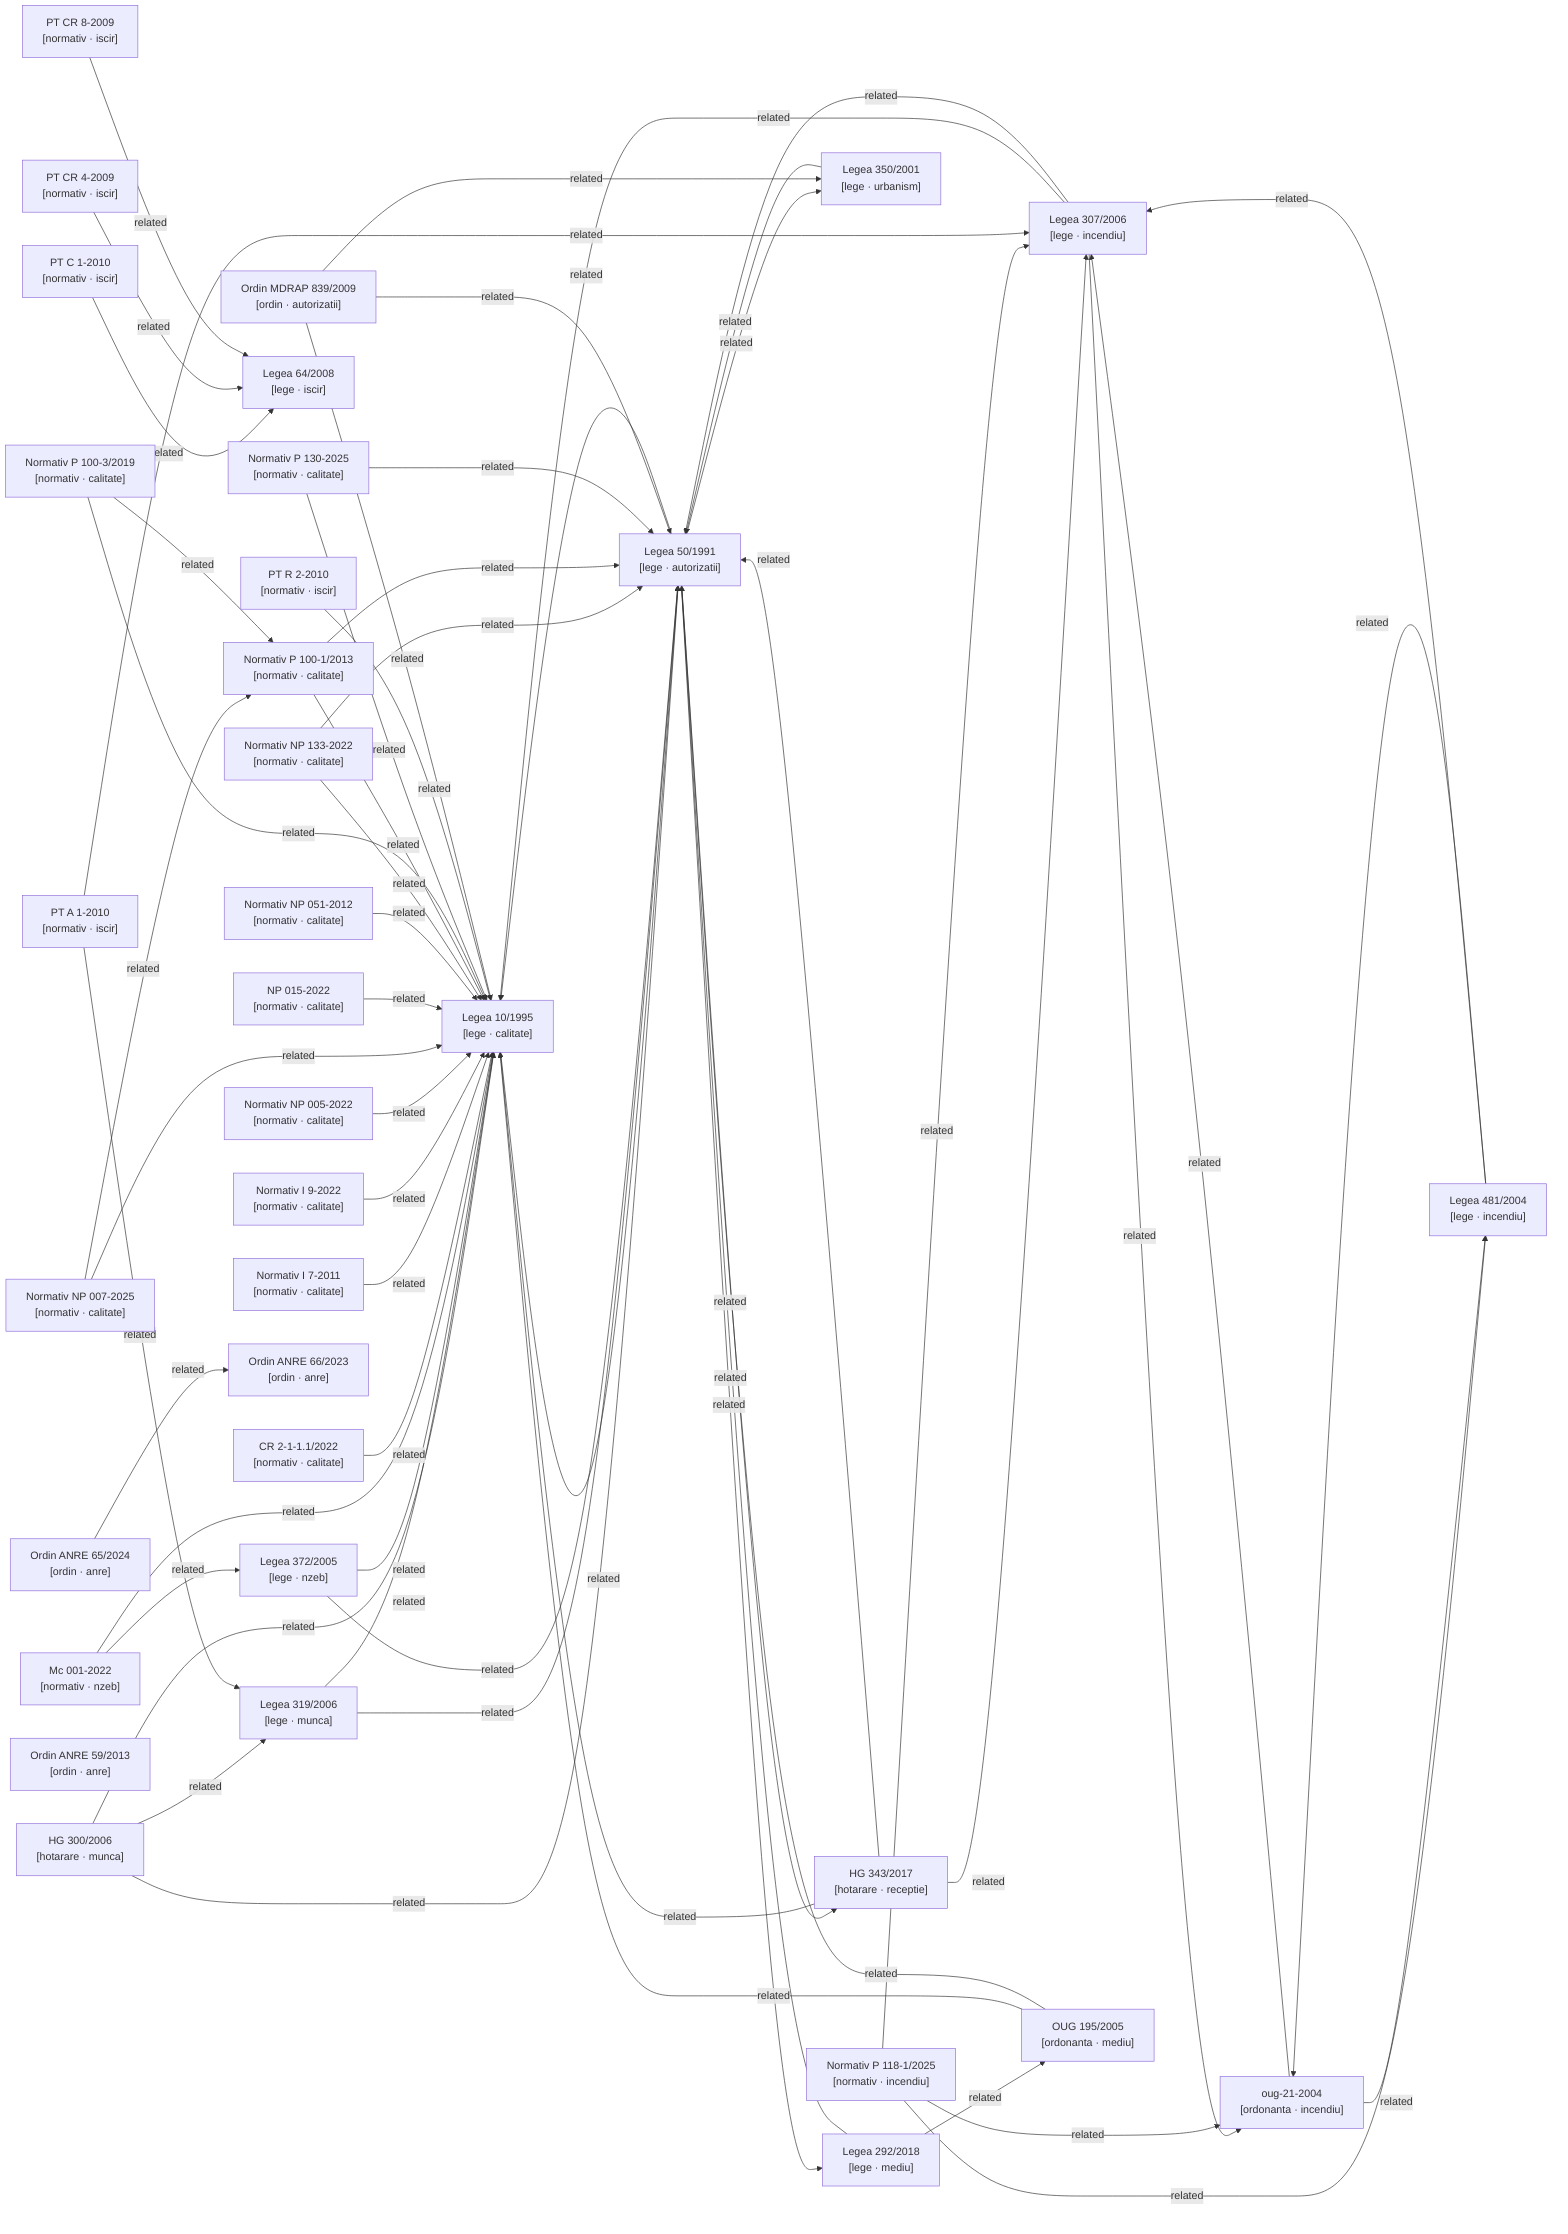
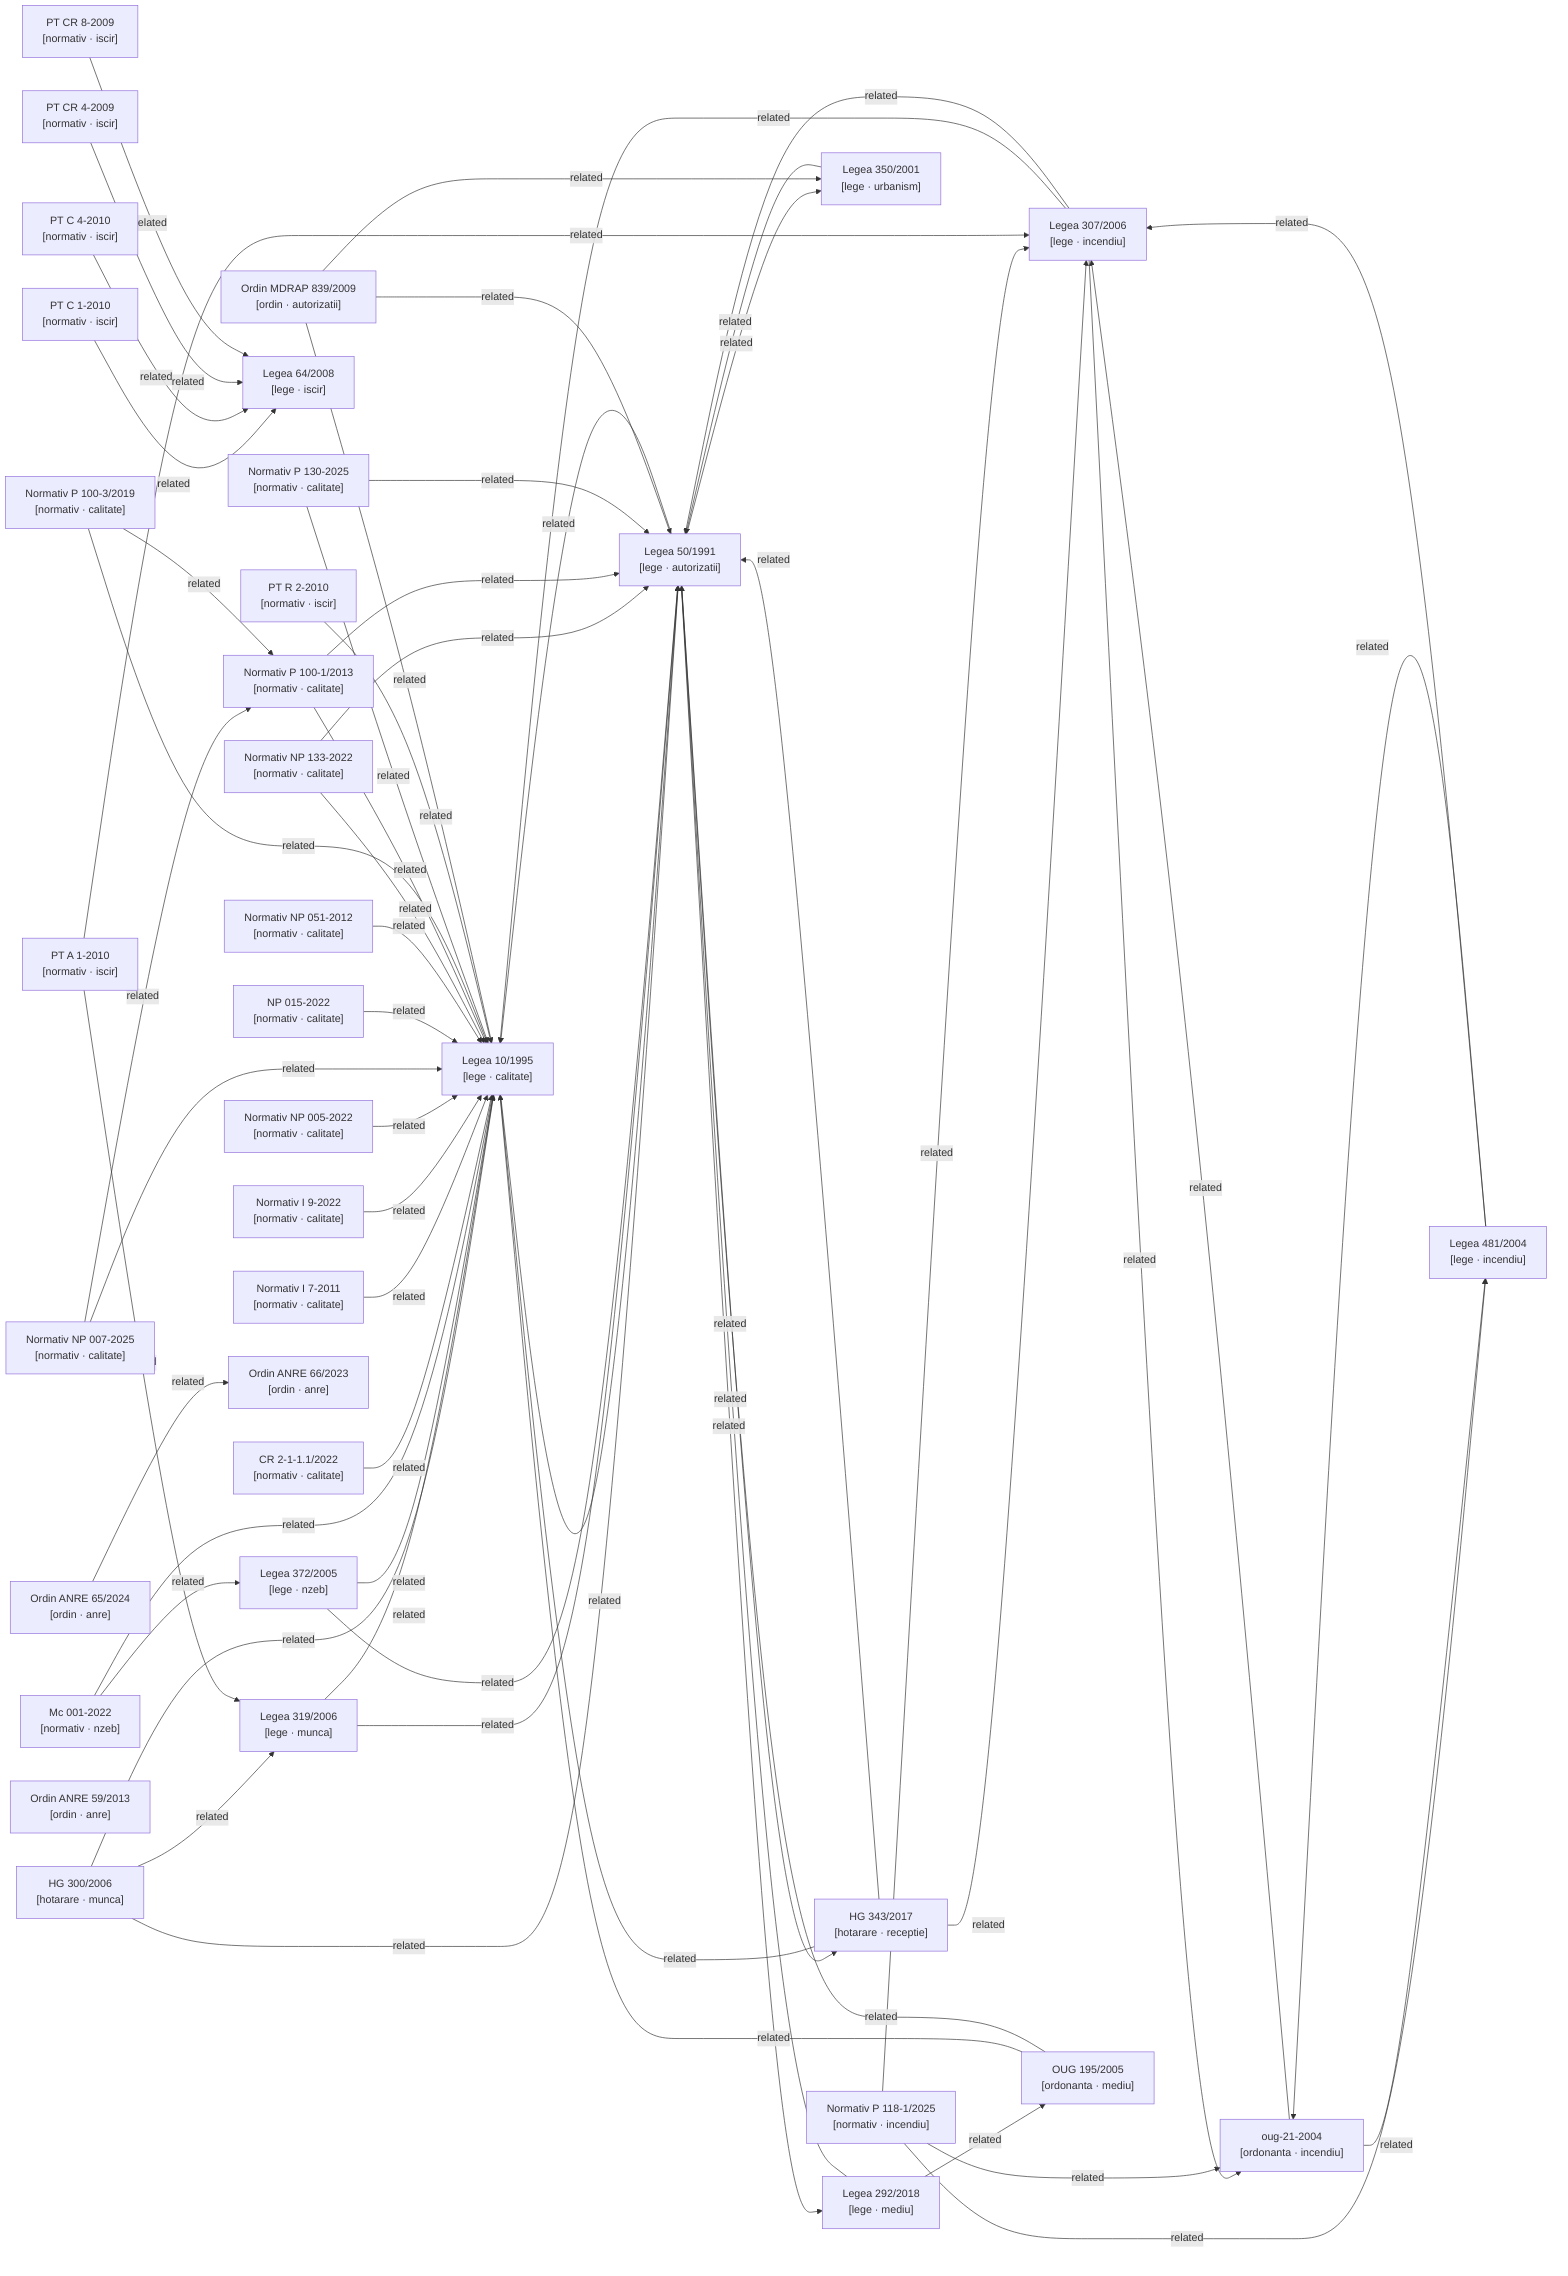
graph LR

  %% Nodes
  hg-300-2006["HG 300/2006\n[hotarare · munca]"]
  hg-343-2017["HG 343/2017\n[hotarare · receptie]"]
  lege-10-1995["Legea 10/1995\n[lege · calitate]"]
  lege-292-2018["Legea 292/2018\n[lege · mediu]"]
  lege-307-2006["Legea 307/2006\n[lege · incendiu]"]
  lege-319-2006["Legea 319/2006\n[lege · munca]"]
  lege-350-2001["Legea 350/2001\n[lege · urbanism]"]
  lege-372-2005["Legea 372/2005\n[lege · nzeb]"]
  lege-481-2004["Legea 481/2004\n[lege · incendiu]"]
  lege-50-1991["Legea 50/1991\n[lege · autorizatii]"]
  lege-64-2008["Legea 64/2008\n[lege · iscir]"]
  metodologie-mc001-2022["Mc 001-2022\n[normativ · nzeb]"]
  normativ-cr2-1-1-1-2022["CR 2-1-1.1/2022\n[normativ · calitate]"]
  normativ-i7-2011["Normativ I 7-2011\n[normativ · calitate]"]
  normativ-i9-2022["Normativ I 9-2022\n[normativ · calitate]"]
  normativ-np005-2022["Normativ NP 005-2022\n[normativ · calitate]"]
  normativ-np007-2025["Normativ NP 007-2025\n[normativ · calitate]"]
  normativ-np015-2022["NP 015-2022\n[normativ · calitate]"]
  normativ-np051-2012["Normativ NP 051-2012\n[normativ · calitate]"]
  normativ-np133-2022["Normativ NP 133-2022\n[normativ · calitate]"]
  normativ-p100-1-2013["Normativ P 100-1/2013\n[normativ · calitate]"]
  normativ-p100-3-2019["Normativ P 100-3/2019\n[normativ · calitate]"]
  normativ-p118-1-2025["Normativ P 118-1/2025\n[normativ · incendiu]"]
  normativ-p130-2025["Normativ P 130-2025\n[normativ · calitate]"]
  normativ-pt-a1-2010["PT A 1-2010\n[normativ · iscir]"]
  normativ-pt-c1-2010["PT C 1-2010\n[normativ · iscir]"]
+   normativ-pt-c4-2010["PT C 4-2010\n[normativ · iscir]"]
  normativ-pt-cr4-2009["PT CR 4-2009\n[normativ · iscir]"]
  normativ-pt-cr8-2009["PT CR 8-2009\n[normativ · iscir]"]
  normativ-pt-r2-2010["PT R 2-2010\n[normativ · iscir]"]
  ordin-839-2009["Ordin MDRAP 839/2009\n[ordin · autorizatii]"]
  ordin-anre-59-2013["Ordin ANRE 59/2013\n[ordin · anre]"]
  ordin-anre-65-2024["Ordin ANRE 65/2024\n[ordin · anre]"]
  ordin-anre-66-2023["Ordin ANRE 66/2023\n[ordin · anre]"]
  oug-195-2005["OUG 195/2005\n[ordonanta · mediu]"]
  oug-21-2004["oug-21-2004\n[ordonanta · incendiu]"]

  %% Confirmed relationships (from metadata related_acts)
  hg-300-2006 -->|related| lege-10-1995
  hg-300-2006 -->|related| lege-319-2006
  hg-300-2006 -->|related| lege-50-1991
  hg-343-2017 -->|related| lege-10-1995
  hg-343-2017 -->|related| lege-307-2006
  hg-343-2017 -->|related| lege-50-1991
  lege-10-1995 -->|related| lege-50-1991
  lege-292-2018 -->|related| lege-50-1991
  lege-292-2018 -->|related| oug-195-2005
  lege-307-2006 -->|related| lege-10-1995
  lege-307-2006 -->|related| lege-50-1991
  lege-307-2006 -->|related| oug-21-2004
  lege-319-2006 -->|related| lege-10-1995
  lege-319-2006 -->|related| lege-50-1991
  lege-350-2001 -->|related| lege-50-1991
  lege-372-2005 -->|related| lege-10-1995
  lege-372-2005 -->|related| lege-50-1991
  lege-481-2004 -->|related| lege-307-2006
  lege-481-2004 -->|related| oug-21-2004
  lege-50-1991 -->|related| hg-343-2017
  lege-50-1991 -->|related| lege-10-1995
  lege-50-1991 -->|related| lege-292-2018
  lege-50-1991 -->|related| lege-350-2001
  metodologie-mc001-2022 -->|related| lege-10-1995
  metodologie-mc001-2022 -->|related| lege-372-2005
  normativ-cr2-1-1-1-2022 -->|related| lege-10-1995
  normativ-i7-2011 -->|related| lege-10-1995
  normativ-i9-2022 -->|related| lege-10-1995
  normativ-np005-2022 -->|related| lege-10-1995
  normativ-np007-2025 -->|related| lege-10-1995
  normativ-np007-2025 -->|related| normativ-p100-1-2013
  normativ-np015-2022 -->|related| lege-10-1995
  normativ-np051-2012 -->|related| lege-10-1995
  normativ-np133-2022 -->|related| lege-10-1995
  normativ-np133-2022 -->|related| lege-50-1991
  normativ-p100-1-2013 -->|related| lege-10-1995
  normativ-p100-1-2013 -->|related| lege-50-1991
  normativ-p100-3-2019 -->|related| lege-10-1995
  normativ-p100-3-2019 -->|related| normativ-p100-1-2013
  normativ-p118-1-2025 -->|related| lege-307-2006
  normativ-p118-1-2025 -->|related| lege-481-2004
  normativ-p118-1-2025 -->|related| oug-21-2004
  normativ-p130-2025 -->|related| lege-10-1995
  normativ-p130-2025 -->|related| lege-50-1991
  normativ-pt-a1-2010 -->|related| lege-307-2006
  normativ-pt-a1-2010 -->|related| lege-319-2006
  normativ-pt-c1-2010 -->|related| lege-64-2008
+   normativ-pt-c4-2010 -->|related| lege-64-2008
  normativ-pt-cr4-2009 -->|related| lege-64-2008
  normativ-pt-cr8-2009 -->|related| lege-64-2008
  normativ-pt-r2-2010 -->|related| lege-10-1995
  ordin-839-2009 -->|related| lege-10-1995
  ordin-839-2009 -->|related| lege-350-2001
  ordin-839-2009 -->|related| lege-50-1991
  ordin-anre-65-2024 -->|related| ordin-anre-66-2023
  oug-195-2005 -->|related| lege-10-1995
  oug-195-2005 -->|related| lege-50-1991
  oug-21-2004 -->|related| lege-307-2006
  oug-21-2004 -->|related| lege-481-2004

  %% Auto-detected relationships (needs_review)
